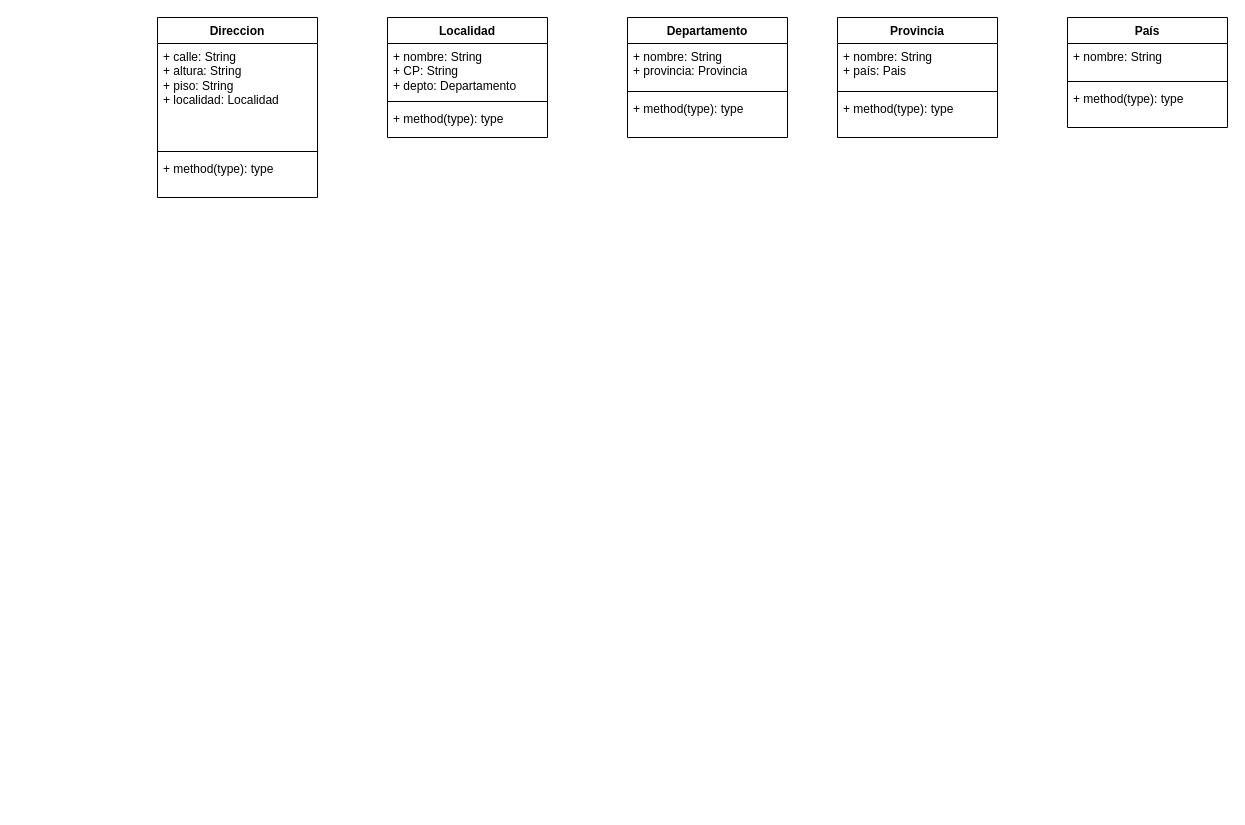
Before: TP1/tp1_1_a.drawio in AriC001/IS2-2025, a draw.io diagram. Source tidied: cells renumbered, new cells numbered last; positions are measured from the earlier drawing's top-left corner, leaving out a move shared by most shapes. Both pictures are drawn from the tidied source at 100%, with x=0, y=0 at pixel (157, 17).
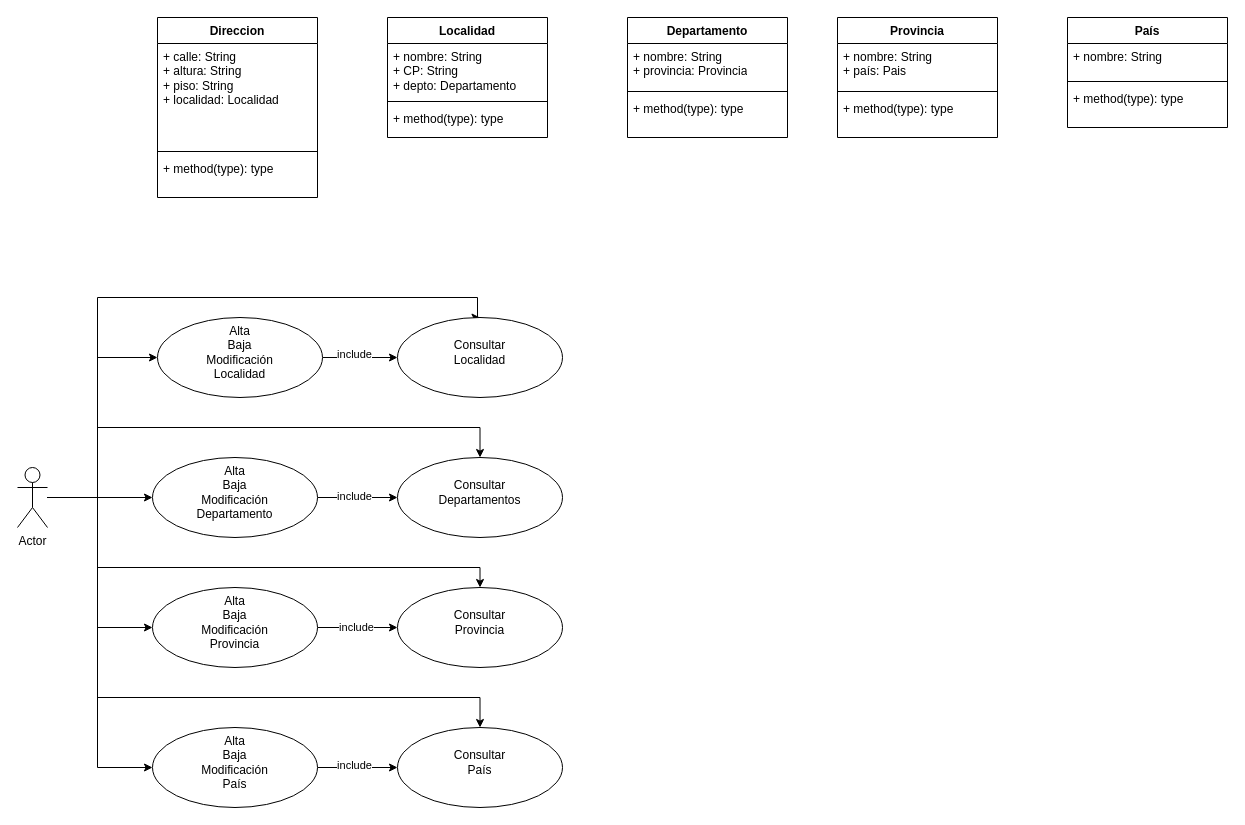
After the change.

Commit message:
Use cases

Change to the diagram source:
```diff
@@
+    <mxCell id="22" style="edgeStyle=orthogonalEdgeStyle;rounded=0;jettySize=auto;html=1;entryX=0;entryY=0.5;entryDx=0;entryDy=0;" parent="1" edge="1" source="30" target="33">
+      <mxGeometry relative="1" as="geometry">
+        <Array as="points">
+          <mxPoint x="-60" y="480" />
+          <mxPoint x="-60" y="340" />
+        </Array>
+      </mxGeometry>
+    </mxCell>
+    <mxCell id="23" style="edgeStyle=orthogonalEdgeStyle;rounded=0;jettySize=auto;html=1;" parent="1" edge="1" source="30" target="36">
+      <mxGeometry relative="1" as="geometry" />
+    </mxCell>
+    <mxCell id="24" style="edgeStyle=orthogonalEdgeStyle;rounded=0;jettySize=auto;html=1;entryX=0;entryY=0.5;entryDx=0;entryDy=0;" parent="1" edge="1" source="30" target="41">
+      <mxGeometry relative="1" as="geometry">
+        <Array as="points">
+          <mxPoint x="-60" y="480" />
+          <mxPoint x="-60" y="610" />
+        </Array>
+      </mxGeometry>
+    </mxCell>
+    <mxCell id="25" style="edgeStyle=orthogonalEdgeStyle;rounded=0;jettySize=auto;html=1;entryX=0.5;entryY=0;entryDx=0;entryDy=0;" parent="1" edge="1" source="30" target="37">
+      <mxGeometry relative="1" as="geometry">
+        <Array as="points">
+          <mxPoint x="-60" y="480" />
+          <mxPoint x="-60" y="280" />
+          <mxPoint x="320" y="280" />
+          <mxPoint x="320" y="300" />
+        </Array>
+      </mxGeometry>
+    </mxCell>
+    <mxCell id="26" style="edgeStyle=orthogonalEdgeStyle;rounded=0;jettySize=auto;html=1;entryX=0.5;entryY=0;entryDx=0;entryDy=0;" parent="1" edge="1" source="30" target="38">
+      <mxGeometry relative="1" as="geometry">
+        <Array as="points">
+          <mxPoint x="-60" y="480" />
+          <mxPoint x="-60" y="410" />
+          <mxPoint x="323" y="410" />
+        </Array>
+      </mxGeometry>
+    </mxCell>
+    <mxCell id="27" style="edgeStyle=orthogonalEdgeStyle;rounded=0;jettySize=auto;html=1;entryX=0;entryY=0.5;entryDx=0;entryDy=0;" parent="1" edge="1" source="30" target="45">
+      <mxGeometry relative="1" as="geometry">
+        <Array as="points">
+          <mxPoint x="-60" y="480" />
+          <mxPoint x="-60" y="750" />
+        </Array>
+      </mxGeometry>
+    </mxCell>
+    <mxCell id="28" style="edgeStyle=orthogonalEdgeStyle;rounded=0;jettySize=auto;html=1;entryX=0.5;entryY=0;entryDx=0;entryDy=0;" parent="1" edge="1" source="30" target="42">
+      <mxGeometry relative="1" as="geometry">
+        <Array as="points">
+          <mxPoint x="-60" y="480" />
+          <mxPoint x="-60" y="550" />
+          <mxPoint x="323" y="550" />
+        </Array>
+      </mxGeometry>
+    </mxCell>
+    <mxCell id="29" style="edgeStyle=orthogonalEdgeStyle;rounded=0;jettySize=auto;html=1;entryX=0.5;entryY=0;entryDx=0;entryDy=0;" parent="1" edge="1" source="30" target="46">
+      <mxGeometry relative="1" as="geometry">
+        <Array as="points">
+          <mxPoint x="-60" y="480" />
+          <mxPoint x="-60" y="680" />
+          <mxPoint x="323" y="680" />
+        </Array>
+      </mxGeometry>
+    </mxCell>
+    <mxCell id="30" value="Actor" style="shape=umlActor;verticalLabelPosition=bottom;verticalAlign=top;html=1;" parent="1" vertex="1">
+      <mxGeometry x="-140" y="450" width="30" height="60" as="geometry" />
+    </mxCell>
+    <mxCell id="31" style="edgeStyle=orthogonalEdgeStyle;rounded=0;jettySize=auto;html=1;" parent="1" edge="1" source="33" target="37">
+      <mxGeometry relative="1" as="geometry" />
+    </mxCell>
+    <mxCell id="32" value="include" style="edgeLabel;html=1;align=center;verticalAlign=middle;" parent="31" vertex="1">
+      <mxGeometry x="-0.17" y="4" relative="1" as="geometry" />
+    </mxCell>
+    <mxCell id="33" value="Alta&lt;br&gt;Baja&lt;br&gt;Modificación&lt;br&gt;Localidad" style="ellipse;whiteSpace=wrap;html=1;verticalAlign=top;" parent="1" vertex="1">
+      <mxGeometry y="300" width="165" height="80" as="geometry" />
+    </mxCell>
+    <mxCell id="34" style="edgeStyle=orthogonalEdgeStyle;rounded=0;jettySize=auto;html=1;" parent="1" edge="1" source="36" target="38">
+      <mxGeometry relative="1" as="geometry" />
+    </mxCell>
+    <mxCell id="35" value="include" style="edgeLabel;html=1;align=center;verticalAlign=middle;" parent="34" vertex="1">
+      <mxGeometry x="-0.11" y="2" relative="1" as="geometry" />
+    </mxCell>
+    <mxCell id="36" value="&lt;div&gt;Alta&lt;br&gt;Baja&lt;br&gt;Modificación&lt;br&gt;Departamento&lt;/div&gt;" style="ellipse;whiteSpace=wrap;html=1;verticalAlign=top;" parent="1" vertex="1">
+      <mxGeometry x="-5" y="440" width="165" height="80" as="geometry" />
+    </mxCell>
+    <mxCell id="37" value="&lt;div&gt;&lt;br&gt;&lt;/div&gt;&lt;div&gt;Consultar&lt;br&gt;Localidad&lt;/div&gt;" style="ellipse;whiteSpace=wrap;html=1;verticalAlign=top;" parent="1" vertex="1">
+      <mxGeometry x="240" y="300" width="165" height="80" as="geometry" />
+    </mxCell>
+    <mxCell id="38" value="&lt;div&gt;&lt;br&gt;&lt;/div&gt;&lt;div&gt;Consultar&lt;br&gt;Departamentos&lt;/div&gt;" style="ellipse;whiteSpace=wrap;html=1;verticalAlign=top;" parent="1" vertex="1">
+      <mxGeometry x="240" y="440" width="165" height="80" as="geometry" />
+    </mxCell>
+    <mxCell id="39" style="edgeStyle=orthogonalEdgeStyle;rounded=0;jettySize=auto;html=1;" parent="1" edge="1" source="41" target="42">
+      <mxGeometry relative="1" as="geometry" />
+    </mxCell>
+    <mxCell id="40" value="include" style="edgeLabel;html=1;align=center;verticalAlign=middle;" parent="39" vertex="1">
+      <mxGeometry x="-0.05" y="1" relative="1" as="geometry" />
+    </mxCell>
+    <mxCell id="41" value="Alta&lt;br&gt;Baja&lt;br&gt;Modificación&lt;br&gt;Provincia" style="ellipse;whiteSpace=wrap;html=1;verticalAlign=top;" parent="1" vertex="1">
+      <mxGeometry x="-5" y="570" width="165" height="80" as="geometry" />
+    </mxCell>
+    <mxCell id="42" value="&lt;div&gt;&lt;br&gt;&lt;/div&gt;Consultar&lt;br&gt;Provincia" style="ellipse;whiteSpace=wrap;html=1;verticalAlign=top;" parent="1" vertex="1">
+      <mxGeometry x="240" y="570" width="165" height="80" as="geometry" />
+    </mxCell>
+    <mxCell id="43" style="edgeStyle=orthogonalEdgeStyle;rounded=0;jettySize=auto;html=1;" parent="1" edge="1" source="45" target="46">
+      <mxGeometry relative="1" as="geometry" />
+    </mxCell>
+    <mxCell id="44" value="include" style="edgeLabel;html=1;align=center;verticalAlign=middle;" parent="43" vertex="1">
+      <mxGeometry x="-0.1" y="3" relative="1" as="geometry" />
+    </mxCell>
+    <mxCell id="45" value="Alta&lt;br&gt;Baja&lt;br&gt;Modificación&lt;br&gt;País" style="ellipse;whiteSpace=wrap;html=1;verticalAlign=top;" parent="1" vertex="1">
+      <mxGeometry x="-5" y="710" width="165" height="80" as="geometry" />
+    </mxCell>
+    <mxCell id="46" value="&lt;div&gt;&lt;br&gt;&lt;/div&gt;Consultar&lt;br&gt;País" style="ellipse;whiteSpace=wrap;html=1;verticalAlign=top;" parent="1" vertex="1">
+      <mxGeometry x="240" y="710" width="165" height="80" as="geometry" />
+    </mxCell>
```
